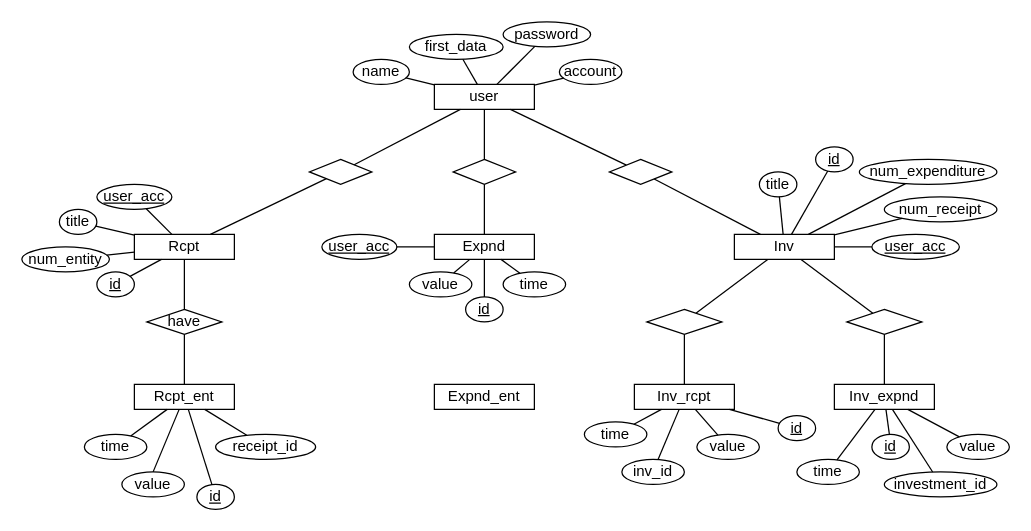
Earlier version of the draw.io diagram db.drawio (Jacqueline-Tsai/personal-finance-management-system). Source tidied: cells renumbered, new cells numbered last; positions are measured from the earlier drawing's top-left corner, leaving out a move shared by most shapes. Both pictures are drawn from the tidied source at 125%, with x=0, y=0 at pixel (21, 21).
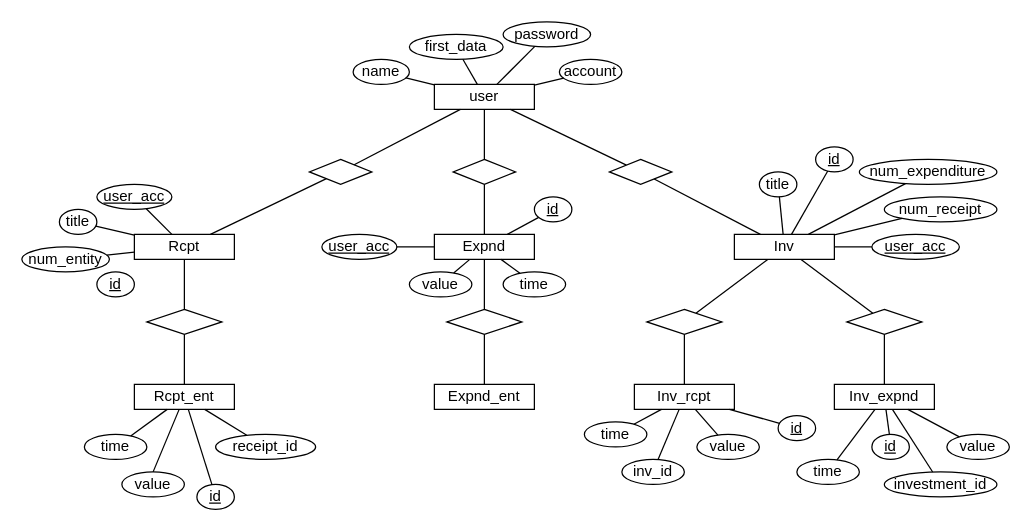
Above is the later version.

Unchanged cells that the change refers to:
```xml
<mxCell id="2" value="Rcpt" style="rounded=0;whiteSpace=wrap;html=1;" parent="1" vertex="1">
  <mxGeometry x="90" y="170" width="80" height="20" as="geometry" />
</mxCell>
<mxCell id="6" value="&lt;u&gt;id&lt;/u&gt;" style="ellipse;whiteSpace=wrap;html=1;" parent="1" vertex="1">
  <mxGeometry x="60" y="200" width="30" height="20" as="geometry" />
</mxCell>
<mxCell id="14" value="Rcpt_ent" style="rounded=0;whiteSpace=wrap;html=1;" parent="1" vertex="1">
  <mxGeometry x="90" y="290" width="80" height="20" as="geometry" />
</mxCell>
<mxCell id="22" value="Expnd" style="rounded=0;whiteSpace=wrap;html=1;" parent="1" vertex="1">
  <mxGeometry x="330" y="170" width="80" height="20" as="geometry" />
</mxCell>
<mxCell id="81" value="Expnd_ent" style="rounded=0;whiteSpace=wrap;html=1;" parent="1" vertex="1">
  <mxGeometry x="330" y="290" width="80" height="20" as="geometry" />
</mxCell>
```

What changed in the source:
```diff
@@
-    <mxCell id="13" style="endArrow=none;html=1;" parent="1" edge="1" source="6" target="2">
-      <mxGeometry relative="1" as="geometry" />
-    </mxCell>
@@
-    <mxCell id="19" value="have" style="rhombus;whiteSpace=wrap;html=1;" parent="1" vertex="1">
-      <mxGeometry x="100" y="230" width="60" height="20" as="geometry" />
+    <mxCell id="19" style="rhombus;whiteSpace=wrap;html=1;" parent="1" vertex="1">
+      <mxGeometry x="340" y="230" width="60" height="20" as="geometry" />
     </mxCell>
-    <mxCell id="20" style="endArrow=none;html=1;" parent="1" edge="1" source="14" target="19">
+    <mxCell id="20" style="endArrow=none;html=1;" parent="1" edge="1" source="81" target="19">
       <mxGeometry relative="1" as="geometry" />
     </mxCell>
-    <mxCell id="21" style="endArrow=none;html=1;" parent="1" edge="1" source="19" target="2">
+    <mxCell id="21" style="endArrow=none;html=1;entryX=0.5;entryY=1;entryDx=0;entryDy=0;" parent="1" edge="1" source="19" target="22">
       <mxGeometry relative="1" as="geometry" />
     </mxCell>
@@
     <mxCell id="23" value="&lt;u&gt;id&lt;/u&gt;" style="ellipse;whiteSpace=wrap;html=1;" parent="1" vertex="1">
-      <mxGeometry x="355" y="220" width="30" height="20" as="geometry" />
+      <mxGeometry x="410" y="140" width="30" height="20" as="geometry" />
     </mxCell>
@@
+    <mxCell id="86" style="rhombus;whiteSpace=wrap;html=1;" parent="1" vertex="1">
+      <mxGeometry x="100" y="230" width="60" height="20" as="geometry" />
+    </mxCell>
+    <mxCell id="87" style="endArrow=none;html=1;exitX=0.5;exitY=0;exitDx=0;exitDy=0;" parent="1" edge="1" source="14" target="86">
+      <mxGeometry relative="1" as="geometry" />
+    </mxCell>
+    <mxCell id="88" style="endArrow=none;html=1;entryX=0.5;entryY=1;entryDx=0;entryDy=0;" parent="1" edge="1" source="86" target="2">
+      <mxGeometry relative="1" as="geometry" />
+    </mxCell>
```
